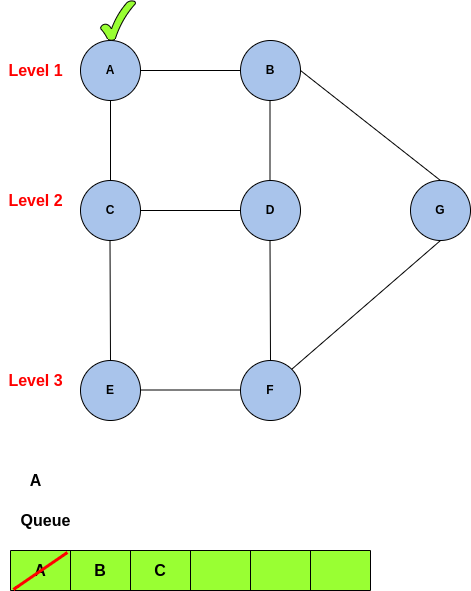
Above: graph/img/bfs1.png in shirinyamani/Algorithms (draw.io), before the change. Source tidied: cells renumbered, new cells last; positions are measured from the earlier drawing's top-left corner, leaving out a move shared by most shapes.
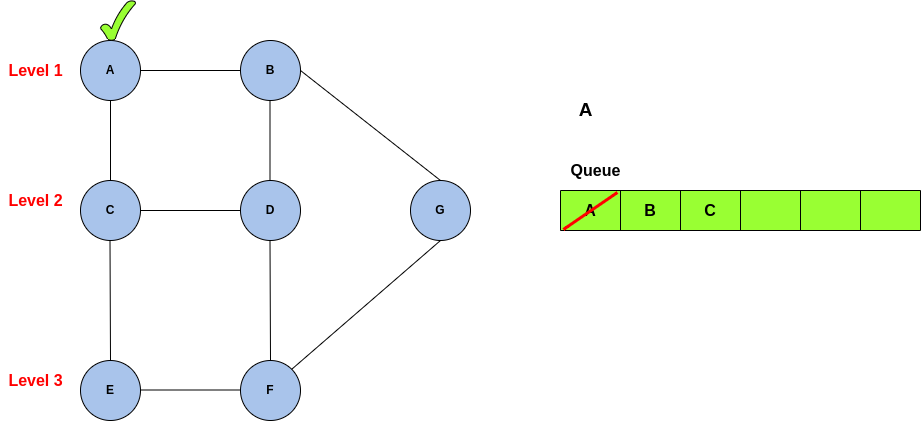
After the commit.

Diff of the diagram source:
```diff
@@ -76,7 +76,7 @@
       <mxGeometry y="370" width="70" height="20" as="geometry" />
     </mxCell>
     <mxCell id="21" style="shape=table;startSize=0;fontSize=16;fontColor=#000000;fillColor=#99FF33;strokeColor=#000000;fontStyle=1;" parent="1" vertex="1">
-      <mxGeometry x="10" y="550" width="360" height="40" as="geometry" />
+      <mxGeometry x="560" y="190" width="360" height="40" as="geometry" />
     </mxCell>
     <mxCell id="22" style="shape=tableRow;horizontal=0;startSize=0;swimlaneHead=0;swimlaneBody=0;top=0;left=0;bottom=0;right=0;fillColor=none;points=[[0,0.5],[1,0.5]];portConstraint=eastwest;fontSize=16;fontColor=#FF0000;fontStyle=1;" parent="21" vertex="1">
       <mxGeometry width="360" height="40" as="geometry" />
@@ -103,10 +103,10 @@
       <mxGeometry relative="1" as="geometry" />
     </mxCell>
     <mxCell id="30" value="&lt;span style=&quot;font-size: 16px&quot;&gt;Queue&lt;/span&gt;" style="text;html=1;align=center;verticalAlign=middle;strokeColor=none;fillColor=none;fontStyle=1;" parent="1" vertex="1">
-      <mxGeometry x="10" y="510" width="70" height="20" as="geometry" />
+      <mxGeometry x="560" y="160" width="70" height="20" as="geometry" />
     </mxCell>
-    <mxCell id="31" value="&lt;b&gt;A&lt;/b&gt;" style="text;html=1;align=center;verticalAlign=middle;strokeColor=none;fillColor=none;fontSize=16;fontColor=#000000;" parent="1" vertex="1">
-      <mxGeometry x="20" y="470" width="30" height="20" as="geometry" />
+    <mxCell id="31" value="&lt;b&gt;&lt;font style=&quot;font-size: 19px&quot;&gt;A&lt;/font&gt;&lt;/b&gt;" style="text;html=1;align=center;verticalAlign=middle;strokeColor=none;fillColor=none;fontSize=16;fontColor=#000000;" parent="1" vertex="1">
+      <mxGeometry x="570" y="95" width="30" height="30" as="geometry" />
     </mxCell>
     <mxCell id="32" style="verticalLabelPosition=bottom;verticalAlign=top;html=1;shape=mxgraph.basic.tick;fontSize=16;fontColor=#000000;strokeColor=#000000;fillColor=#99FF33;" parent="1" vertex="1">
       <mxGeometry x="100" width="35" height="40" as="geometry" />
```
